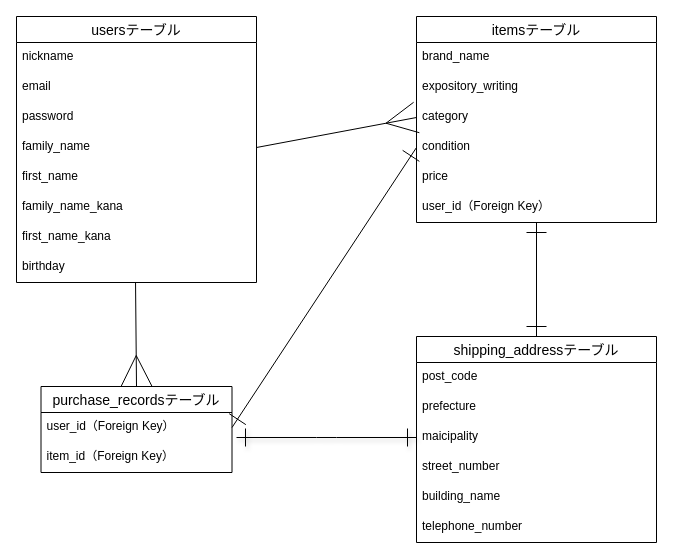
The draw.io diagram furimaDB.dio in yuusukeshann/furima-37597, before the edit. Source tidied: cells renumbered, new cells numbered last; positions are measured from the earlier drawing's top-left corner, leaving out a move shared by most shapes. Both pictures are drawn from the tidied source at 100%, with x=0, y=0 at pixel (16, 16).
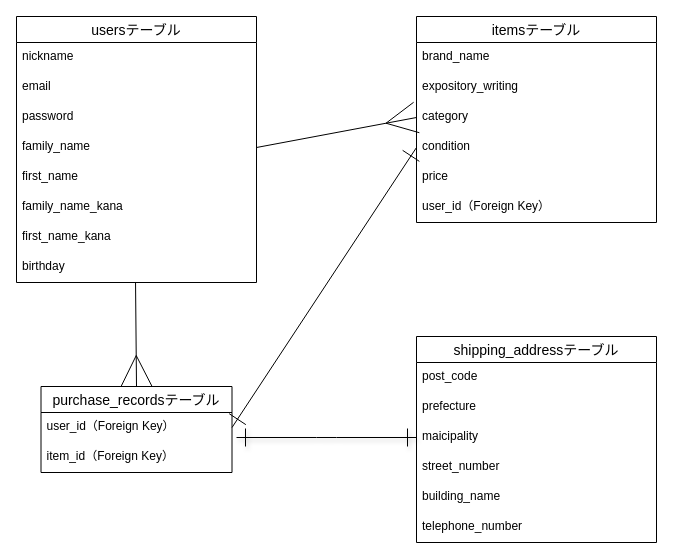
The same page after the edit.

Commit message (it also covers changes not shown here):
「再修正」データベース設計

Unchanged cells that the change refers to:
```xml
<mxCell id="21" value="user_id（Foreign Key）" style="text;strokeColor=none;fillColor=none;spacingLeft=4;spacingRight=4;overflow=hidden;points=[[0,0.5],[1,0.5]];portConstraint=eastwest;fontSize=12;" parent="15" vertex="1">
  <mxGeometry y="176" width="240" height="30" as="geometry" />
</mxCell>
<mxCell id="23" value="shipping_addressテーブル" style="swimlane;fontStyle=0;horizontal=1;startSize=26;align=center;fontSize=14;" parent="1" vertex="1">
  <mxGeometry x="400" y="320" width="240" height="206" as="geometry" />
</mxCell>
```

What changed in the source:
```diff
@@
-    <mxCell id="22" style="edgeStyle=none;html=1;exitX=0.5;exitY=0;exitDx=0;exitDy=0;startArrow=ERone;startFill=0;endArrow=ERone;endFill=0;strokeColor=default;endSize=18;startSize=18;" parent="1" edge="1" source="23" target="21">
-      <mxGeometry relative="1" as="geometry" />
-    </mxCell>
```
